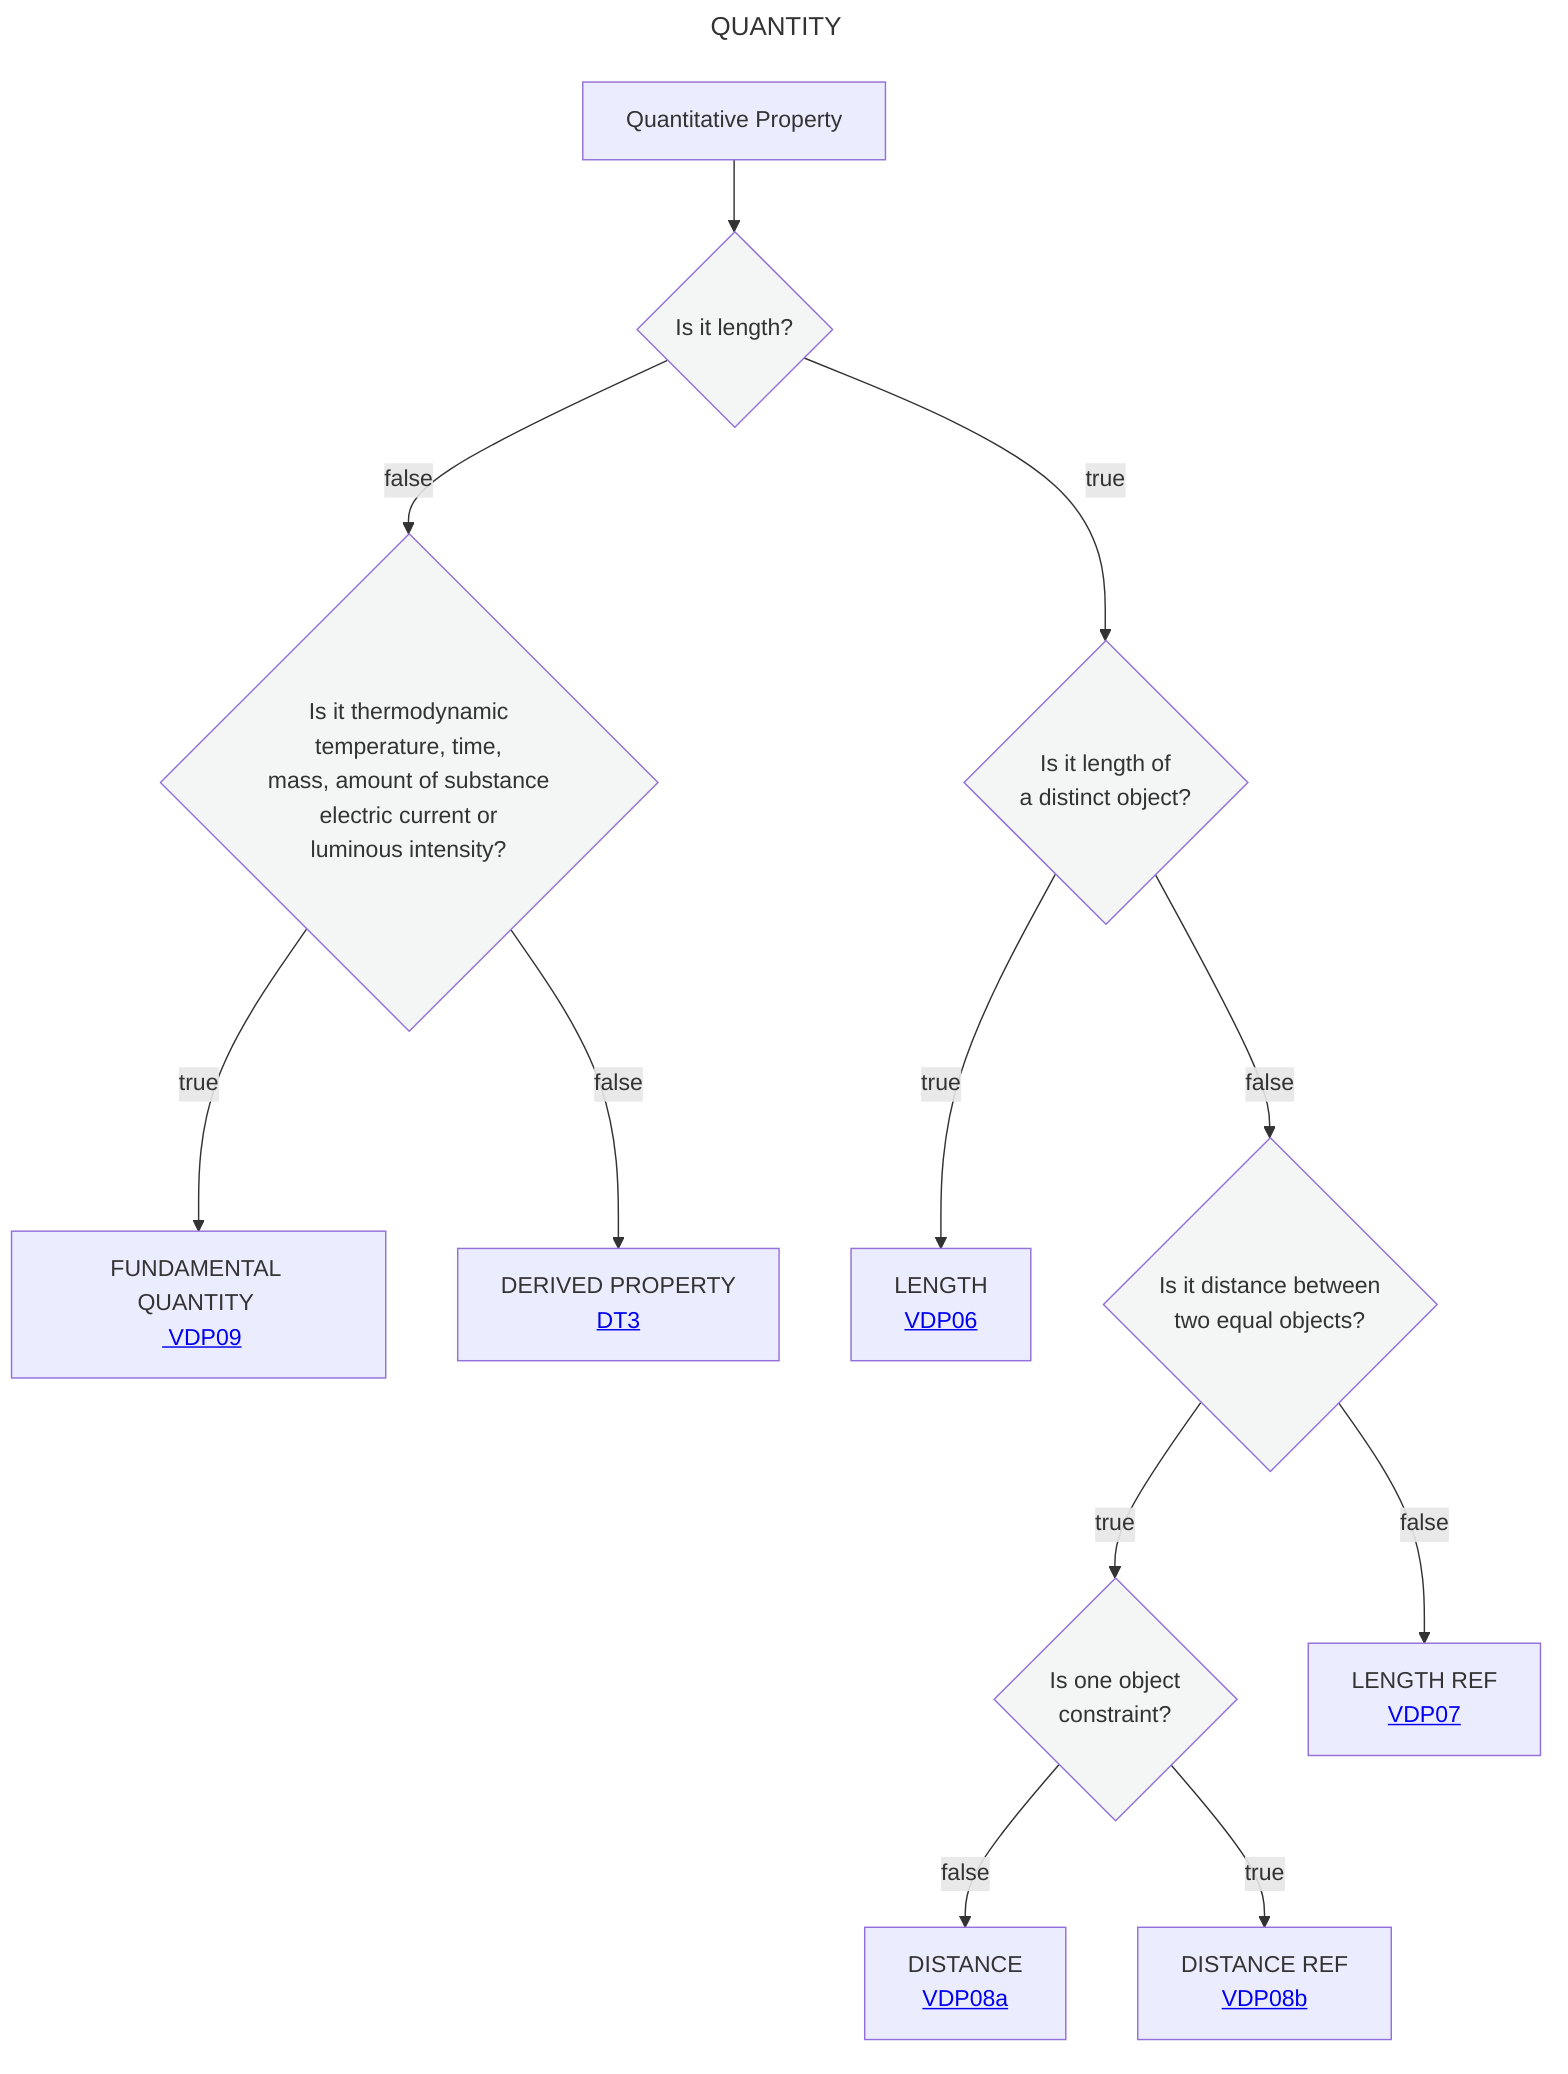
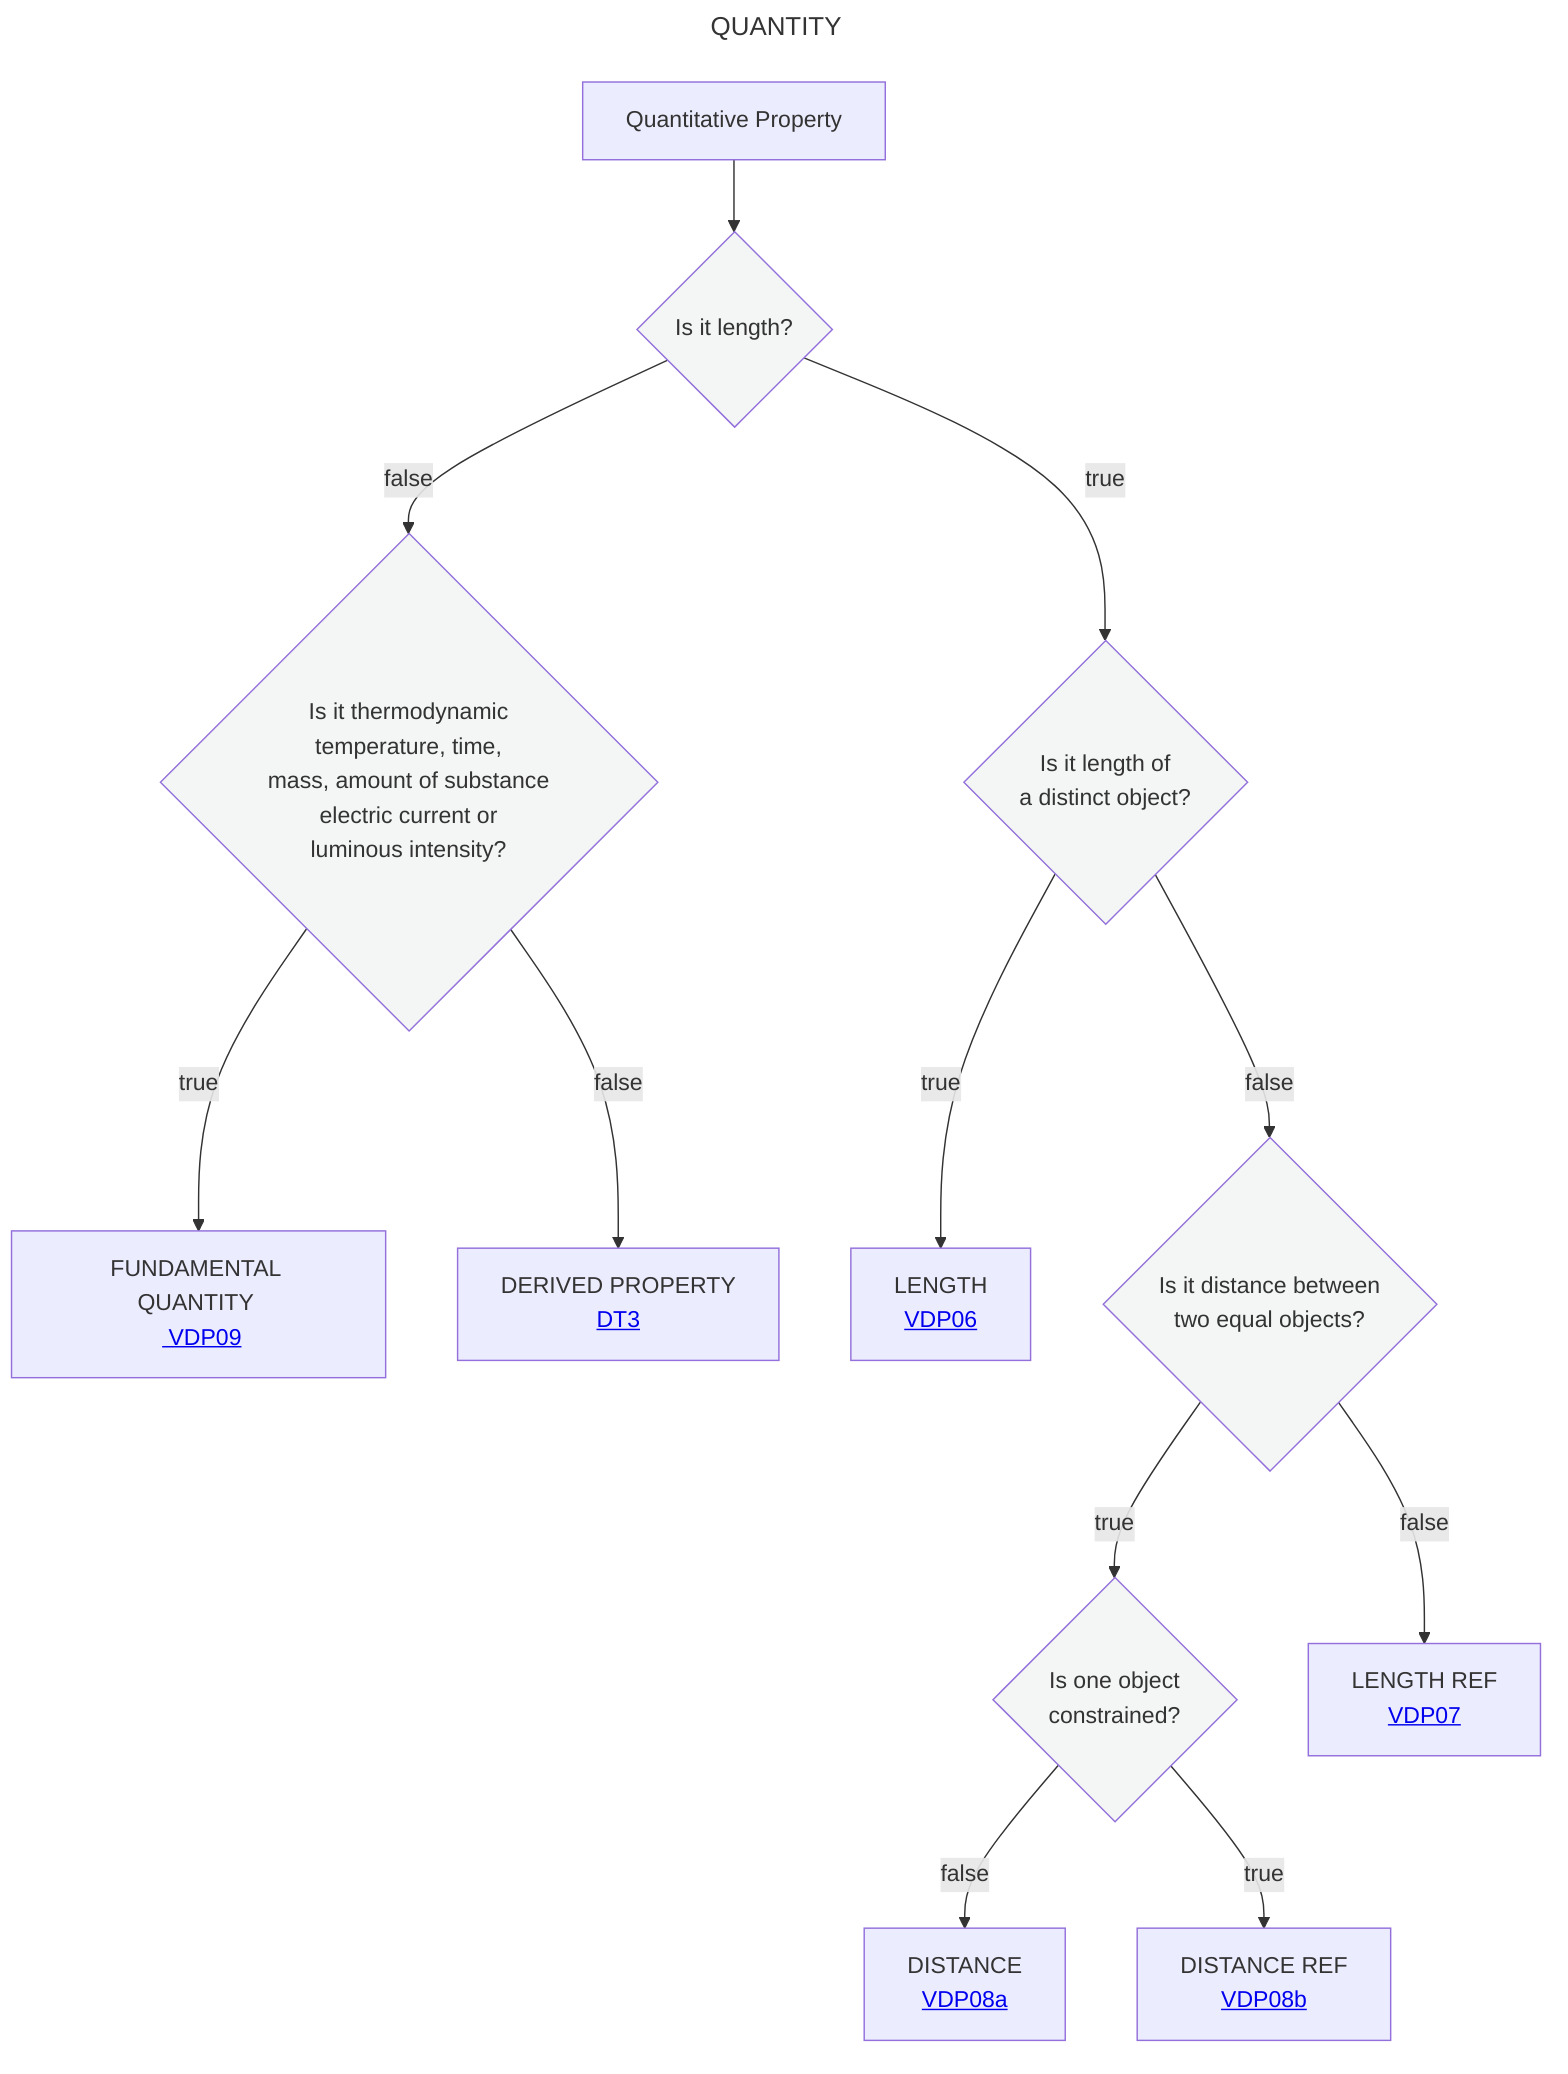
---
title: QUANTITY
---
flowchart TD
    A[Quantitative Property] --> C{Is it length?}:::white
    C --> |true|E{Is it length of <br> a distinct object?}:::white
    C --> |false|F{Is it thermodynamic <br> temperature, time,  <br> mass, amount of substance <br> electric current or <br> luminous intensity?}:::white
    F --> |true|G[FUNDAMENTAL QUANTITY <br> <a href='https://github.com/mabablue/I-ADOPT-patterns-playground/blob/main/pattern/VDP09.yaml'> VDP09</a>]
    F --> |false|M[DERIVED PROPERTY <br> <a href='https://github.com/mabablue/I-ADOPT-patterns-playground/blob/main/Decisition_trees/DT3.mmd'> DT3</a>]
    E --> |true|N[LENGTH <br> <a href='https://github.com/mabablue/I-ADOPT-patterns-playground/blob/main/pattern/VDP06.yaml'> VDP06</a>]
    E --> |false|O{Is it distance between <br> two equal objects?}:::white
-     O --> |true|P{Is one object <br> constraint?}:::white
+     O --> |true|P{Is one object <br> constrained?}:::white
    P --> |false|R[DISTANCE <br> <a href='https://github.com/mabablue/I-ADOPT-patterns-playground/blob/main/pattern/VDP08a.yaml'> VDP08a</a>]
    P --> |true|S[DISTANCE REF<br> <a href='https://github.com/mabablue/I-ADOPT-patterns-playground/blob/main/pattern/VDP08b.yaml'> VDP08b</a>]
    O --> |false|Q[LENGTH REF <br> <a href='https://github.com/mabablue/I-ADOPT-patterns-playground/blob/main/pattern/VDP07.yaml'> VDP07</a>]
   classDef blue fill:#90D5FF
   classDef satblue fill:#57B9FF
   classDef white fill:#f3f6f4
   classDef green fill:#6aa84f
